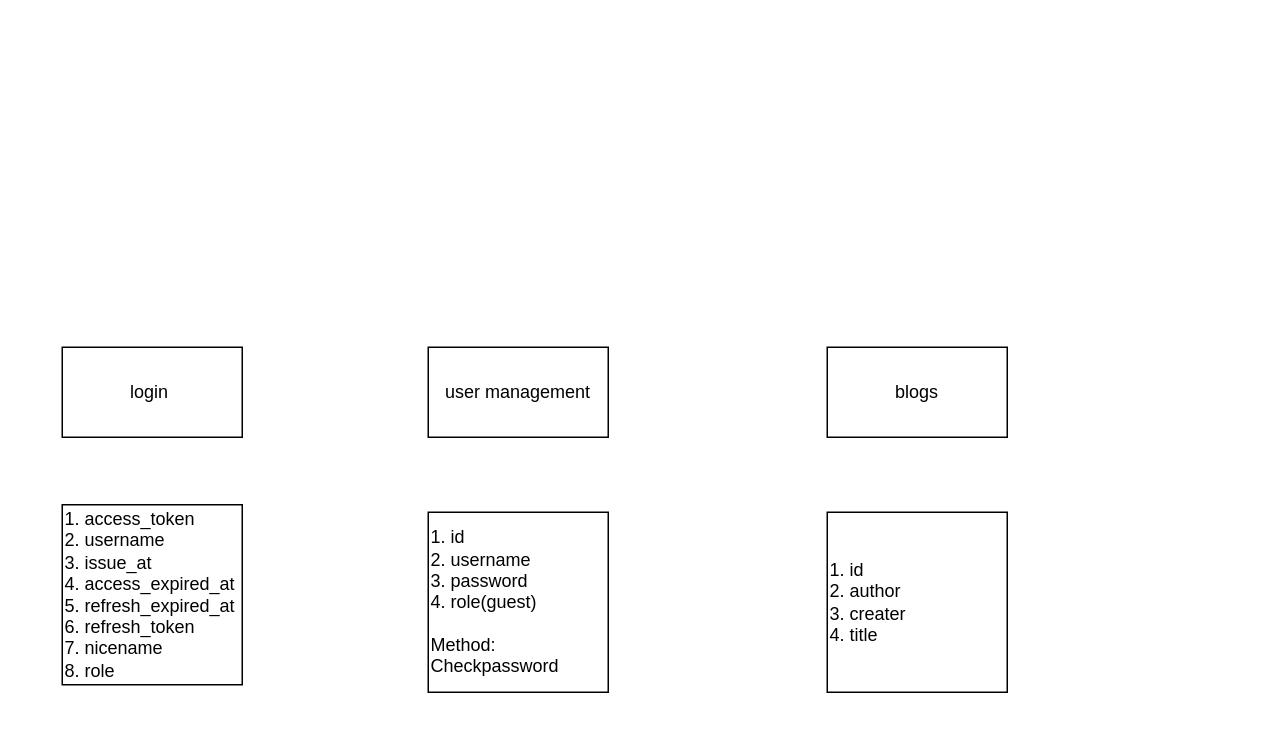
This is vblog/docs/model.drawio from qinchi-ops/govlog, a draw.io file, before an edit. Source tidied: cells renumbered, new cells numbered last; positions are measured from the earlier drawing's top-left corner, leaving out a move shared by most shapes. Both pictures are drawn from the tidied source at 150%, with x=0, y=0 at pixel (62, 346).
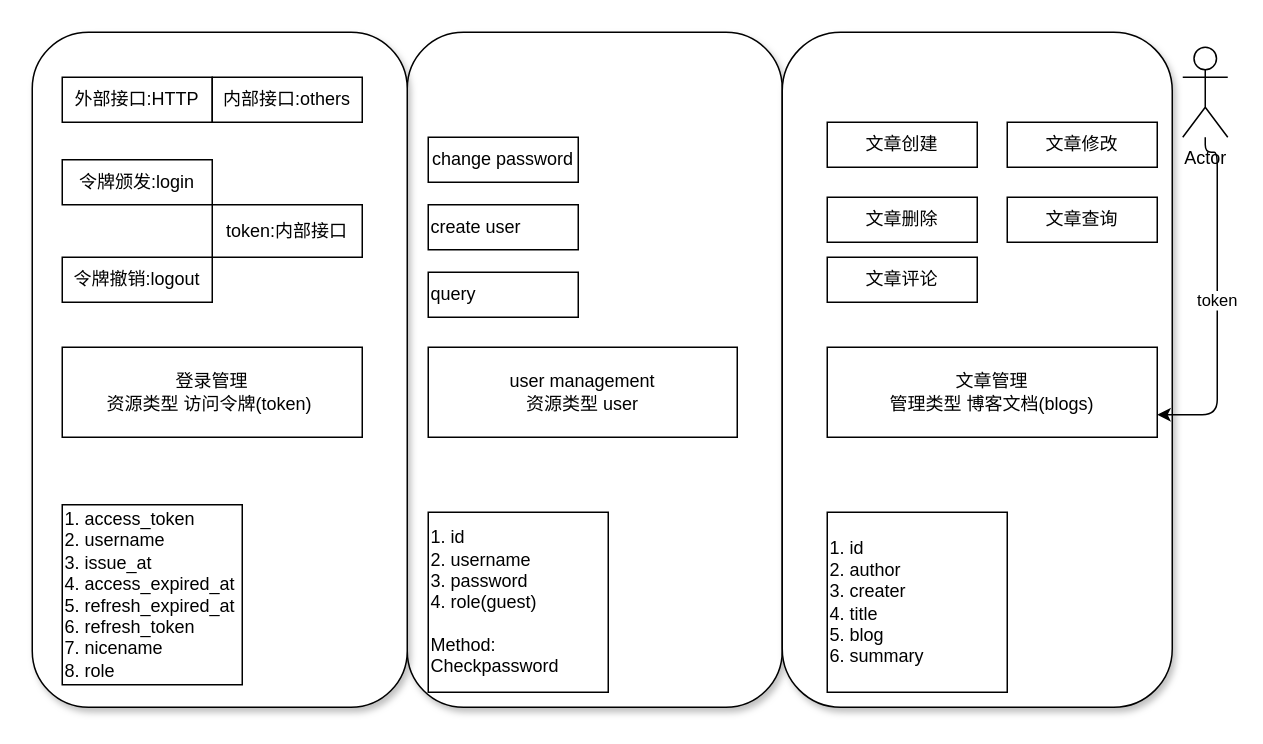
After the change.

The edit, as a diff of the source:
```diff
@@
+    <mxCell id="8" style="rounded=1;whiteSpace=wrap;html=1;shadow=1;" parent="1" vertex="1">
+      <mxGeometry x="230" y="-210" width="250" height="450" as="geometry" />
+    </mxCell>
+    <mxCell id="9" style="rounded=1;whiteSpace=wrap;html=1;shadow=1;" parent="1" vertex="1">
+      <mxGeometry x="480" y="-210" width="260" height="450" as="geometry" />
+    </mxCell>
+    <mxCell id="10" style="rounded=1;whiteSpace=wrap;html=1;shadow=1;" parent="1" vertex="1">
+      <mxGeometry x="-20" y="-210" width="250" height="450" as="geometry" />
+    </mxCell>
-    <mxCell id="2" value="login&amp;nbsp;" style="rounded=0;whiteSpace=wrap;html=1;" parent="1" vertex="1">
-      <mxGeometry width="120" height="60" as="geometry" />
+    <mxCell id="2" value="登录管理&lt;br&gt;资源类型 访问令牌(token)&amp;nbsp;" style="rounded=0;whiteSpace=wrap;html=1;" parent="1" vertex="1">
+      <mxGeometry width="200" height="60" as="geometry" />
     </mxCell>
-    <mxCell id="3" value="user management" style="rounded=0;whiteSpace=wrap;html=1;" parent="1" vertex="1">
-      <mxGeometry x="244" width="120" height="60" as="geometry" />
+    <mxCell id="3" value="user management&lt;br&gt;资源类型 user" style="rounded=0;whiteSpace=wrap;html=1;" parent="1" vertex="1">
+      <mxGeometry x="244" width="206" height="60" as="geometry" />
     </mxCell>
-    <mxCell id="4" value="blogs" style="rounded=0;whiteSpace=wrap;html=1;" parent="1" vertex="1">
-      <mxGeometry x="510" width="120" height="60" as="geometry" />
+    <mxCell id="4" value="文章管理&lt;br&gt;管理类型 博客文档(blogs)" style="rounded=0;whiteSpace=wrap;html=1;" parent="1" vertex="1">
+      <mxGeometry x="510" width="220" height="60" as="geometry" />
     </mxCell>
@@
-    <mxCell id="7" value="&lt;div style=&quot;&quot;&gt;&lt;span style=&quot;background-color: initial;&quot;&gt;1. id&lt;/span&gt;&lt;/div&gt;&lt;div style=&quot;&quot;&gt;&lt;span style=&quot;background-color: initial;&quot;&gt;2. author&lt;/span&gt;&lt;/div&gt;&lt;div style=&quot;&quot;&gt;&lt;span style=&quot;background-color: initial;&quot;&gt;3. creater&lt;/span&gt;&lt;/div&gt;&lt;div style=&quot;&quot;&gt;&lt;span style=&quot;background-color: initial;&quot;&gt;4. title&lt;/span&gt;&lt;/div&gt;" style="whiteSpace=wrap;html=1;align=left;" parent="1" vertex="1">
+    <mxCell id="7" value="&lt;div style=&quot;&quot;&gt;&lt;span style=&quot;background-color: initial;&quot;&gt;1. id&lt;/span&gt;&lt;/div&gt;&lt;div style=&quot;&quot;&gt;&lt;span style=&quot;background-color: initial;&quot;&gt;2. author&lt;/span&gt;&lt;/div&gt;&lt;div style=&quot;&quot;&gt;&lt;span style=&quot;background-color: initial;&quot;&gt;3. creater&lt;/span&gt;&lt;/div&gt;&lt;div style=&quot;&quot;&gt;&lt;span style=&quot;background-color: initial;&quot;&gt;4. title&lt;/span&gt;&lt;/div&gt;&lt;div style=&quot;&quot;&gt;&lt;span style=&quot;background-color: initial;&quot;&gt;5. blog&lt;/span&gt;&lt;/div&gt;&lt;div style=&quot;&quot;&gt;&lt;span style=&quot;background-color: initial;&quot;&gt;6. summary&lt;/span&gt;&lt;/div&gt;" style="whiteSpace=wrap;html=1;align=left;" parent="1" vertex="1">
       <mxGeometry x="510" y="110" width="120" height="120" as="geometry" />
     </mxCell>
+    <mxCell id="11" value="令牌颁发:login" style="rounded=0;whiteSpace=wrap;html=1;" parent="1" vertex="1">
+      <mxGeometry y="-125" width="100" height="30" as="geometry" />
+    </mxCell>
+    <mxCell id="12" value="令牌撤销:logout" style="rounded=0;whiteSpace=wrap;html=1;" parent="1" vertex="1">
+      <mxGeometry y="-60" width="100" height="30" as="geometry" />
+    </mxCell>
+    <mxCell id="13" value="token:内部接口" style="rounded=0;whiteSpace=wrap;html=1;" parent="1" vertex="1">
+      <mxGeometry x="100" y="-95" width="100" height="35" as="geometry" />
+    </mxCell>
+    <mxCell id="14" value="change password" style="rounded=0;whiteSpace=wrap;html=1;" parent="1" vertex="1">
+      <mxGeometry x="244" y="-140" width="100" height="30" as="geometry" />
+    </mxCell>
+    <mxCell id="15" value="create user" style="rounded=0;whiteSpace=wrap;html=1;align=left;" parent="1" vertex="1">
+      <mxGeometry x="244" y="-95" width="100" height="30" as="geometry" />
+    </mxCell>
+    <mxCell id="16" value="query" style="rounded=0;whiteSpace=wrap;html=1;align=left;" parent="1" vertex="1">
+      <mxGeometry x="244" y="-50" width="100" height="30" as="geometry" />
+    </mxCell>
+    <mxCell id="17" value="文章修改" style="rounded=0;whiteSpace=wrap;html=1;" parent="1" vertex="1">
+      <mxGeometry x="630" y="-150" width="100" height="30" as="geometry" />
+    </mxCell>
+    <mxCell id="18" value="文章创建" style="rounded=0;whiteSpace=wrap;html=1;" parent="1" vertex="1">
+      <mxGeometry x="510" y="-150" width="100" height="30" as="geometry" />
+    </mxCell>
+    <mxCell id="19" value="文章评论" style="rounded=0;whiteSpace=wrap;html=1;" parent="1" vertex="1">
+      <mxGeometry x="510" y="-60" width="100" height="30" as="geometry" />
+    </mxCell>
+    <mxCell id="20" value="文章删除" style="rounded=0;whiteSpace=wrap;html=1;" parent="1" vertex="1">
+      <mxGeometry x="510" y="-100" width="100" height="30" as="geometry" />
+    </mxCell>
+    <mxCell id="21" value="文章查询" style="rounded=0;whiteSpace=wrap;html=1;" parent="1" vertex="1">
+      <mxGeometry x="630" y="-100" width="100" height="30" as="geometry" />
+    </mxCell>
+    <mxCell id="22" value="token" style="edgeStyle=orthogonalEdgeStyle;html=1;entryX=1;entryY=0.75;entryDx=0;entryDy=0;" parent="1" edge="1" source="23" target="4">
+      <mxGeometry relative="1" as="geometry">
+        <Array as="points">
+          <mxPoint x="762" y="-130" />
+          <mxPoint x="770" y="-130" />
+          <mxPoint x="770" y="45" />
+        </Array>
+      </mxGeometry>
+    </mxCell>
+    <mxCell id="23" value="Actor" style="shape=umlActor;verticalLabelPosition=bottom;verticalAlign=top;html=1;outlineConnect=0;" parent="1" vertex="1">
+      <mxGeometry x="747" y="-200" width="30" height="60" as="geometry" />
+    </mxCell>
+    <mxCell id="24" value="&lt;div style=&quot;text-align: left;&quot;&gt;&lt;span style=&quot;background-color: initial;&quot;&gt;外部接口:HTTP&lt;/span&gt;&lt;/div&gt;" style="rounded=0;whiteSpace=wrap;html=1;" parent="1" vertex="1">
+      <mxGeometry y="-180" width="100" height="30" as="geometry" />
+    </mxCell>
+    <mxCell id="25" value="&lt;div style=&quot;text-align: left;&quot;&gt;&lt;span style=&quot;background-color: initial;&quot;&gt;内部接口:others&lt;/span&gt;&lt;/div&gt;" style="rounded=0;whiteSpace=wrap;html=1;" parent="1" vertex="1">
+      <mxGeometry x="100" y="-180" width="100" height="30" as="geometry" />
+    </mxCell>
```
